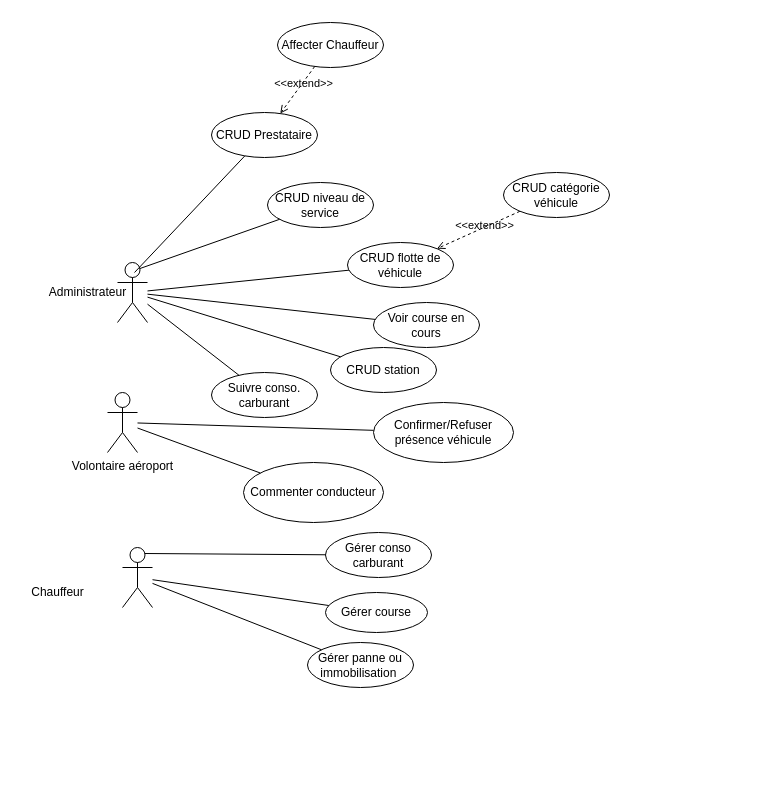
Before: page "DCU-TRANSPORT" (2 of 10) of Diagramme COCAN.drawio in kbvac/Diagramme-UML, a draw.io diagram. Source tidied: cells renumbered, new cells numbered last; positions are measured from the earlier drawing's top-left corner, leaving out a move shared by most shapes. Both pictures are drawn from the tidied source at 100%, with x=0, y=0 at pixel (17, 22).
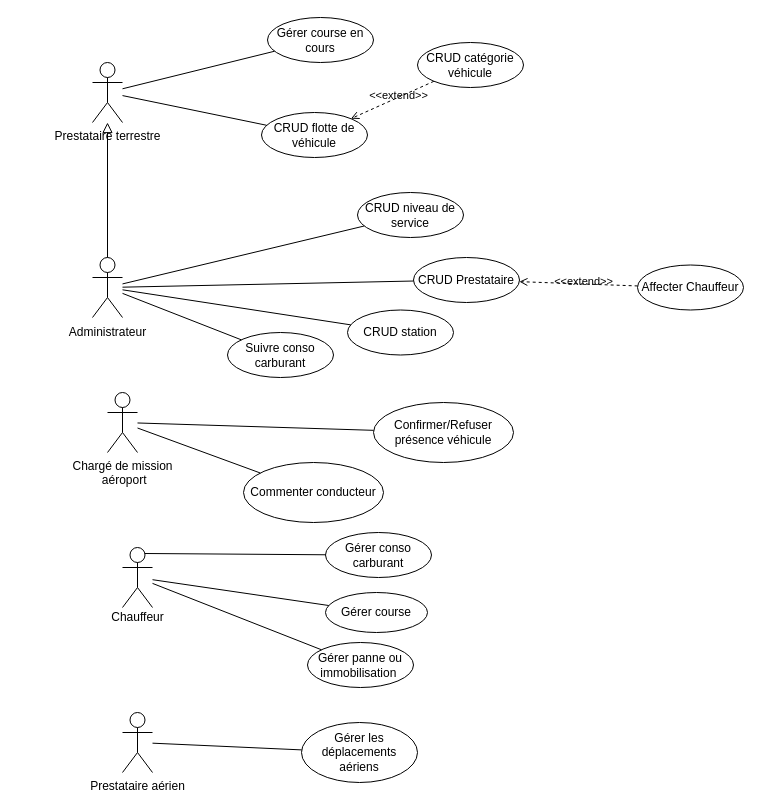
The same diagram, later.

Change to the diagram source:
```diff
@@
     <mxCell id="2" style="shape=umlActor;verticalLabelPosition=bottom;verticalAlign=top;html=1;" parent="1" vertex="1">
-      <mxGeometry x="100" y="240" width="30" height="60" as="geometry" />
+      <mxGeometry x="75" y="235" width="30" height="60" as="geometry" />
     </mxCell>
     <mxCell id="3" value="Administrateur" style="text;html=1;align=center;verticalAlign=middle;strokeColor=none;fillColor=none;" parent="1" vertex="1">
-      <mxGeometry x="20" y="255" width="100" height="30" as="geometry" />
+      <mxGeometry x="40" y="295" width="100" height="30" as="geometry" />
     </mxCell>
     <mxCell id="4" value="CRUD Prestataire" style="ellipse;whiteSpace=wrap;html=1;" parent="1" vertex="1">
-      <mxGeometry x="194" y="90" width="106" height="45" as="geometry" />
+      <mxGeometry x="396" y="235" width="106" height="45" as="geometry" />
     </mxCell>
-    <mxCell id="5" style="endArrow=none;startArrow=none;endFill=0;startFill=0;endSize=8;html=1;verticalAlign=bottom;labelBackgroundColor=none;strokeWidth=1;rounded=0;exitX=0.567;exitY=0.167;exitDx=0;exitDy=0;exitPerimeter=0;" parent="1" edge="1" source="2" target="4">
+    <mxCell id="5" style="endArrow=none;startArrow=none;endFill=0;startFill=0;endSize=8;html=1;verticalAlign=bottom;labelBackgroundColor=none;strokeWidth=1;rounded=0;" parent="1" edge="1" source="2" target="4">
       <mxGeometry relative="1" as="geometry" />
     </mxCell>
     <mxCell id="6" value="CRUD flotte&amp;nbsp;de véhicule" style="ellipse;whiteSpace=wrap;html=1;" parent="1" vertex="1">
-      <mxGeometry x="330" y="220" width="106" height="45" as="geometry" />
+      <mxGeometry x="244" y="90" width="106" height="45" as="geometry" />
     </mxCell>
-    <mxCell id="7" style="endArrow=none;startArrow=none;endFill=0;startFill=0;endSize=8;html=1;verticalAlign=bottom;labelBackgroundColor=none;strokeWidth=1;rounded=0;" parent="1" edge="1" source="2" target="6">
-      <mxGeometry relative="1" as="geometry" />
-    </mxCell>
     <mxCell id="8" value="Affecter Chauffeur" style="ellipse;whiteSpace=wrap;html=1;" parent="1" vertex="1">
-      <mxGeometry x="260" width="106" height="45" as="geometry" />
+      <mxGeometry x="620" y="242.5" width="106" height="45" as="geometry" />
     </mxCell>
@@
     <mxCell id="11" value="Chauffeur" style="text;html=1;align=center;verticalAlign=middle;strokeColor=none;fillColor=none;" parent="1" vertex="1">
-      <mxGeometry y="555" width="80" height="30" as="geometry" />
+      <mxGeometry x="80" y="580" width="80" height="30" as="geometry" />
     </mxCell>
@@
-    <mxCell id="14" value="Voir course en cours" style="ellipse;whiteSpace=wrap;html=1;" parent="1" vertex="1">
-      <mxGeometry x="356" y="280" width="106" height="45" as="geometry" />
+    <mxCell id="14" value="Gérer course en cours" style="ellipse;whiteSpace=wrap;html=1;" parent="1" vertex="1">
+      <mxGeometry x="250" y="-5" width="106" height="45" as="geometry" />
     </mxCell>
-    <mxCell id="15" style="endArrow=none;startArrow=none;endFill=0;startFill=0;endSize=8;html=1;verticalAlign=bottom;labelBackgroundColor=none;strokeWidth=1;rounded=0;" parent="1" edge="1" source="2" target="14">
+    <mxCell id="15" style="endArrow=none;startArrow=none;endFill=0;startFill=0;endSize=8;html=1;verticalAlign=bottom;labelBackgroundColor=none;strokeWidth=1;rounded=0;" parent="1" edge="1" source="39" target="14">
       <mxGeometry relative="1" as="geometry" />
     </mxCell>
     <mxCell id="16" value="CRUD niveau de service" style="ellipse;whiteSpace=wrap;html=1;" parent="1" vertex="1">
-      <mxGeometry x="250" y="160" width="106" height="45" as="geometry" />
+      <mxGeometry x="340" y="170" width="106" height="45" as="geometry" />
     </mxCell>
-    <mxCell id="17" style="endArrow=none;startArrow=none;endFill=0;startFill=0;endSize=8;html=1;verticalAlign=bottom;labelBackgroundColor=none;strokeWidth=1;rounded=0;exitX=0.75;exitY=0.1;exitDx=0;exitDy=0;exitPerimeter=0;" parent="1" edge="1" source="2" target="16">
+    <mxCell id="17" style="endArrow=none;startArrow=none;endFill=0;startFill=0;endSize=8;html=1;verticalAlign=bottom;labelBackgroundColor=none;strokeWidth=1;rounded=0;" parent="1" edge="1" source="2" target="16">
       <mxGeometry relative="1" as="geometry" />
     </mxCell>
-    <mxCell id="18" value="Volontaire aéroport" style="shape=umlActor;verticalLabelPosition=bottom;verticalAlign=top;html=1;" parent="1" vertex="1">
+    <mxCell id="18" value="Chargé de mission&lt;br&gt;&amp;nbsp;aéroport" style="shape=umlActor;verticalLabelPosition=bottom;verticalAlign=top;html=1;" parent="1" vertex="1">
       <mxGeometry x="90" y="370" width="30" height="60" as="geometry" />
     </mxCell>
@@
     <mxCell id="22" value="CRUD catégorie véhicule" style="ellipse;whiteSpace=wrap;html=1;" parent="1" vertex="1">
-      <mxGeometry x="486" y="150" width="106" height="45" as="geometry" />
+      <mxGeometry x="400" y="20" width="106" height="45" as="geometry" />
     </mxCell>
     <mxCell id="23" value="CRUD station" style="ellipse;whiteSpace=wrap;html=1;" parent="1" vertex="1">
-      <mxGeometry x="313" y="325" width="106" height="45" as="geometry" />
+      <mxGeometry x="330" y="287.5" width="106" height="45" as="geometry" />
     </mxCell>
@@
-    <mxCell id="25" value="Suivre conso. carburant" style="ellipse;whiteSpace=wrap;html=1;" parent="1" vertex="1">
-      <mxGeometry x="194" y="350" width="106" height="45" as="geometry" />
+    <mxCell id="25" value="Suivre conso carburant" style="ellipse;whiteSpace=wrap;html=1;" parent="1" vertex="1">
+      <mxGeometry x="210" y="310" width="106" height="45" as="geometry" />
     </mxCell>
@@
+    <mxCell id="33" value="Prestataire aérien" style="shape=umlActor;verticalLabelPosition=bottom;verticalAlign=top;html=1;" parent="1" vertex="1">
+      <mxGeometry x="105" y="690" width="30" height="60" as="geometry" />
+    </mxCell>
+    <mxCell id="34" value="Gérer les déplacements aériens" style="ellipse;whiteSpace=wrap;html=1;" parent="1" vertex="1">
+      <mxGeometry x="284" y="700" width="116" height="60" as="geometry" />
+    </mxCell>
+    <mxCell id="35" style="endArrow=none;startArrow=none;endFill=0;startFill=0;endSize=8;html=1;verticalAlign=bottom;labelBackgroundColor=none;strokeWidth=1;rounded=0;" parent="1" edge="1" source="33" target="34">
+      <mxGeometry relative="1" as="geometry" />
+    </mxCell>
+    <mxCell id="36" style="endArrow=none;startArrow=none;endFill=0;startFill=0;endSize=8;html=1;verticalAlign=bottom;labelBackgroundColor=none;strokeWidth=1;rounded=0;" parent="1" edge="1" source="6" target="39">
+      <mxGeometry relative="1" as="geometry" />
+    </mxCell>
+    <mxCell id="37" style="endArrow=block;html=1;rounded=0;align=center;verticalAlign=bottom;endFill=0;labelBackgroundColor=none;endSize=8;" parent="1" edge="1" source="2" target="39">
+      <mxGeometry relative="1" as="geometry" />
+    </mxCell>
+    <mxCell id="38" style="html=1;align=center;verticalAlign=top;labelBackgroundColor=none;" parent="37" vertex="1">
+      <mxGeometry relative="1" as="geometry" />
+    </mxCell>
+    <mxCell id="39" value="Prestataire terrestre" style="shape=umlActor;verticalLabelPosition=bottom;verticalAlign=top;html=1;" parent="1" vertex="1">
+      <mxGeometry x="75" y="40" width="30" height="60" as="geometry" />
+    </mxCell>
```
